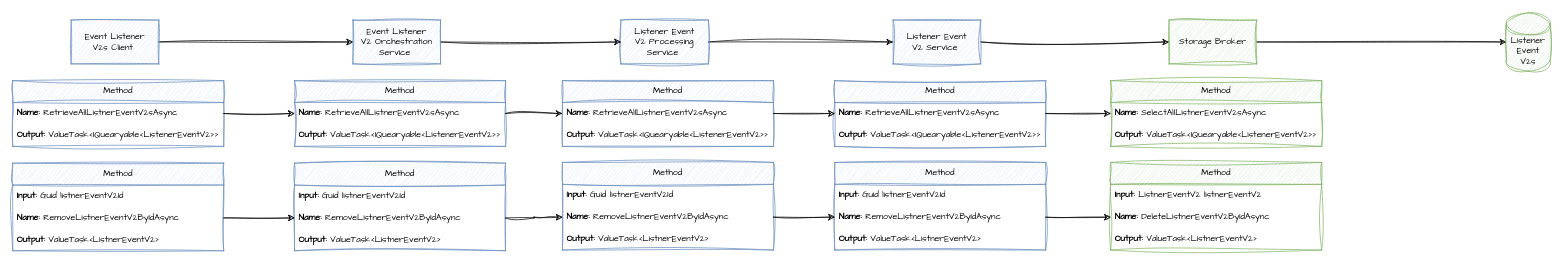
Earlier version of the draw.io diagram page "RETRIEVE ALL AND REMOVE LISTENER EVENTV2" (5 of 5) of EventHighway.Designs/EVENTS.drawio (hassanhabib/EventHighway). Source tidied: cells renumbered, new cells numbered last; positions are measured from the earlier drawing's top-left corner, leaving out a move shared by most shapes. Both pictures are drawn from the tidied source at 73%, with x=0, y=0 at pixel (12, 12).
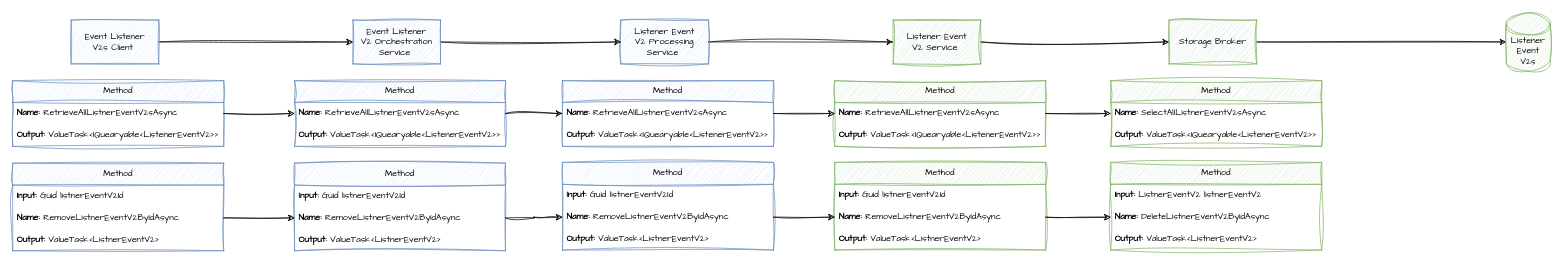
Above is the later version.

Commit message:
STATUS: Retrieve All & Remove Listener Event V2 As Of 13-03-25

Diff of the diagram source:
```diff
@@
-    <mxCell id="25" value="Method" style="swimlane;fontStyle=0;horizontal=1;startSize=30;whiteSpace=wrap;html=1;sketch=1;hachureGap=4;jiggle=2;curveFitting=1;fontFamily=Architects Daughter;fillColor=#dae8fc;strokeColor=#6c8ebf;" parent="1" vertex="1">
+    <mxCell id="25" value="Method" style="swimlane;fontStyle=0;horizontal=1;startSize=30;whiteSpace=wrap;html=1;sketch=1;hachureGap=4;jiggle=2;curveFitting=1;fontFamily=Architects Daughter;fillColor=#d5e8d4;strokeColor=#82b366;" parent="1" vertex="1">
       <mxGeometry x="1126" y="93" width="289" height="90" as="geometry" />
     </mxCell>
@@
-    <mxCell id="28" value="Method" style="swimlane;fontStyle=0;horizontal=1;startSize=30;whiteSpace=wrap;html=1;sketch=1;hachureGap=4;jiggle=2;curveFitting=1;fontFamily=Architects Daughter;fillColor=#dae8fc;strokeColor=#6c8ebf;" parent="1" vertex="1">
+    <mxCell id="28" value="Method" style="swimlane;fontStyle=0;horizontal=1;startSize=30;whiteSpace=wrap;html=1;sketch=1;hachureGap=4;jiggle=2;curveFitting=1;fontFamily=Architects Daughter;fillColor=#d5e8d4;strokeColor=#82b366;" parent="1" vertex="1">
       <mxGeometry x="1126" y="205" width="289" height="120" as="geometry" />
     </mxCell>
@@
-    <mxCell id="46" value="Listener Event&lt;div&gt;V2 &lt;span style=&quot;background-color: transparent; color: light-dark(rgb(0, 0, 0), rgb(255, 255, 255));&quot;&gt;Service&amp;nbsp;&lt;/span&gt;&lt;/div&gt;" style="rounded=0;whiteSpace=wrap;html=1;sketch=1;hachureGap=4;jiggle=2;curveFitting=1;fontFamily=Architects Daughter;fillColor=#dae8fc;strokeColor=#6c8ebf;" parent="1" vertex="1">
+    <mxCell id="46" value="Listener Event&lt;div&gt;V2 &lt;span style=&quot;background-color: transparent; color: light-dark(rgb(0, 0, 0), rgb(255, 255, 255));&quot;&gt;Service&amp;nbsp;&lt;/span&gt;&lt;/div&gt;" style="rounded=0;whiteSpace=wrap;html=1;sketch=1;hachureGap=4;jiggle=2;curveFitting=1;fontFamily=Architects Daughter;fillColor=#d5e8d4;strokeColor=#82b366;" parent="1" vertex="1">
       <mxGeometry x="1206" y="10" width="120" height="60" as="geometry" />
     </mxCell>
```
